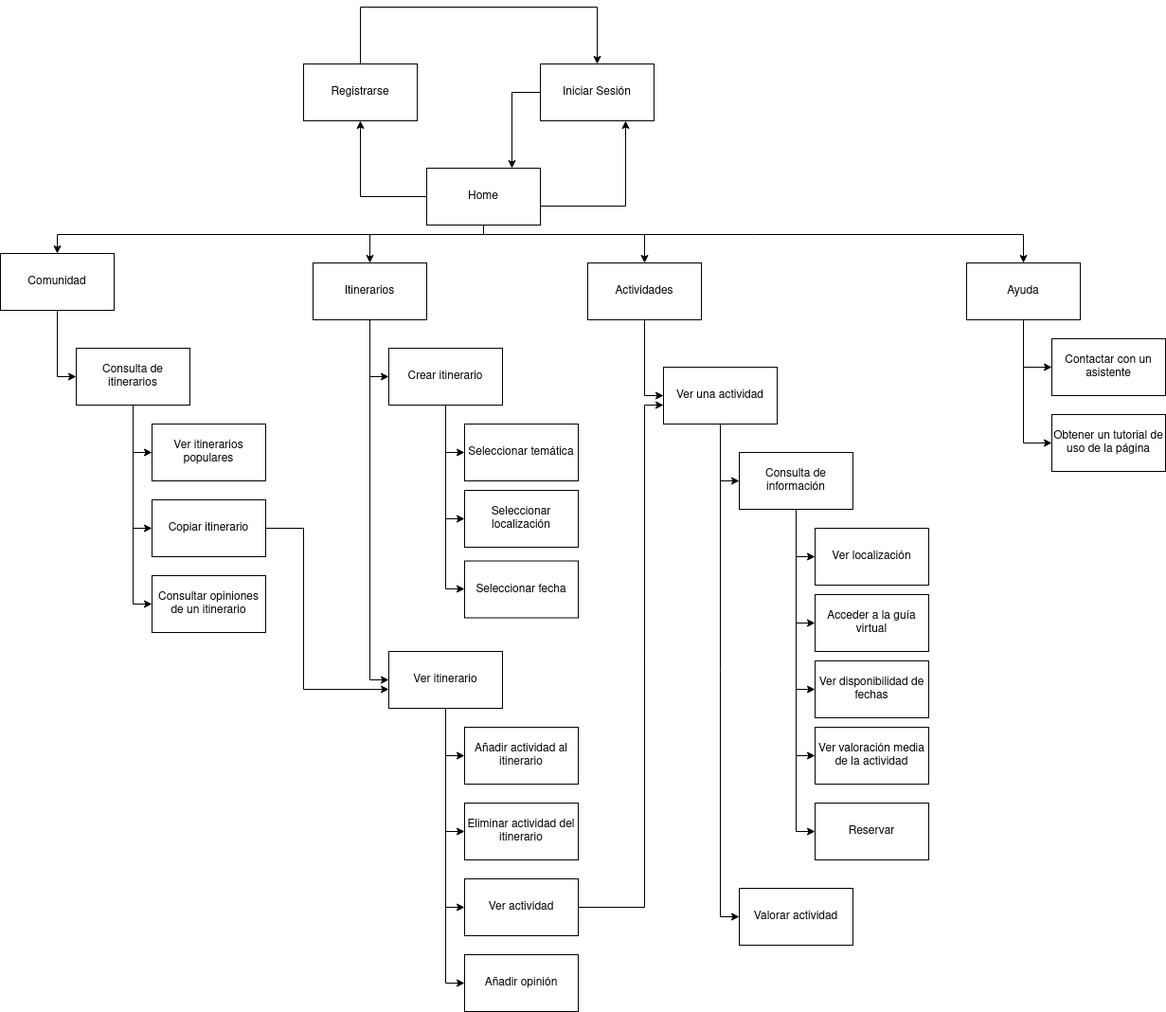
Above: P2/recursos/sitemap.png in corderop/DIU21 (draw.io), before the change. Source tidied: cells renumbered, new cells last; positions are measured from the earlier drawing's top-left corner, leaving out a move shared by most shapes. Source of this version:
```xml
<mxGraphModel>
  <root>
    <mxCell id="0" />
    <mxCell id="1" parent="0" />
    <mxCell id="2" style="edgeStyle=orthogonalEdgeStyle;rounded=0;jettySize=auto;html=1;" parent="1" edge="1" source="3" target="56">
      <mxGeometry relative="1" as="geometry">
        <Array as="points">
          <mxPoint x="540" y="90" />
        </Array>
      </mxGeometry>
    </mxCell>
    <mxCell id="3" value="Iniciar Sesión" style="rounded=0;whiteSpace=wrap;html=1;" parent="1" vertex="1">
      <mxGeometry x="570" y="60" width="120" height="60" as="geometry" />
    </mxCell>
    <mxCell id="4" style="edgeStyle=orthogonalEdgeStyle;rounded=0;jettySize=auto;html=1;" parent="1" edge="1" source="5" target="47">
      <mxGeometry relative="1" as="geometry">
        <Array as="points">
          <mxPoint x="60" y="390" />
        </Array>
      </mxGeometry>
    </mxCell>
    <mxCell id="5" value="Comunidad" style="rounded=0;whiteSpace=wrap;html=1;" parent="1" vertex="1">
      <mxGeometry y="260" width="120" height="60" as="geometry" />
    </mxCell>
    <mxCell id="6" style="edgeStyle=orthogonalEdgeStyle;rounded=0;jettySize=auto;html=1;entryX=0;entryY=0.5;entryDx=0;entryDy=0;" parent="1" edge="1" source="8" target="30">
      <mxGeometry relative="1" as="geometry" />
    </mxCell>
    <mxCell id="7" style="edgeStyle=orthogonalEdgeStyle;rounded=0;jettySize=auto;html=1;" parent="1" edge="1" source="8" target="40">
      <mxGeometry relative="1" as="geometry">
        <Array as="points">
          <mxPoint x="390" y="710" />
        </Array>
      </mxGeometry>
    </mxCell>
    <mxCell id="8" value="Itinerarios" style="rounded=0;whiteSpace=wrap;html=1;" parent="1" vertex="1">
      <mxGeometry x="330" y="270" width="120" height="60" as="geometry" />
    </mxCell>
    <mxCell id="9" style="edgeStyle=orthogonalEdgeStyle;rounded=0;jettySize=auto;html=1;" parent="1" edge="1" source="10" target="17">
      <mxGeometry relative="1" as="geometry">
        <Array as="points">
          <mxPoint x="680" y="410" />
        </Array>
      </mxGeometry>
    </mxCell>
    <mxCell id="10" value="Actividades" style="rounded=0;whiteSpace=wrap;html=1;" parent="1" vertex="1">
      <mxGeometry x="620" y="270" width="120" height="60" as="geometry" />
    </mxCell>
    <mxCell id="11" style="edgeStyle=orthogonalEdgeStyle;rounded=0;jettySize=auto;html=1;" parent="1" edge="1" source="12" target="3">
      <mxGeometry relative="1" as="geometry">
        <Array as="points">
          <mxPoint x="380" />
          <mxPoint x="630" />
        </Array>
      </mxGeometry>
    </mxCell>
    <mxCell id="12" value="Registrarse" style="rounded=0;whiteSpace=wrap;html=1;" parent="1" vertex="1">
      <mxGeometry x="320" y="60" width="120" height="60" as="geometry" />
    </mxCell>
    <mxCell id="13" style="edgeStyle=orthogonalEdgeStyle;rounded=0;jettySize=auto;html=1;entryX=0;entryY=0.5;entryDx=0;entryDy=0;" parent="1" edge="1" source="15" target="63">
      <mxGeometry relative="1" as="geometry" />
    </mxCell>
    <mxCell id="14" style="edgeStyle=orthogonalEdgeStyle;rounded=0;jettySize=auto;html=1;entryX=0;entryY=0.5;entryDx=0;entryDy=0;" parent="1" edge="1" source="15" target="64">
      <mxGeometry relative="1" as="geometry" />
    </mxCell>
    <mxCell id="15" value="&lt;div&gt;Ayuda&lt;/div&gt;" style="rounded=0;whiteSpace=wrap;html=1;" parent="1" vertex="1">
      <mxGeometry x="1020" y="270" width="120" height="60" as="geometry" />
    </mxCell>
    <mxCell id="16" style="edgeStyle=orthogonalEdgeStyle;rounded=0;jettySize=auto;html=1;entryX=0;entryY=0.5;entryDx=0;entryDy=0;" parent="1" edge="1" source="17" target="22">
      <mxGeometry relative="1" as="geometry" />
    </mxCell>
    <mxCell id="17" value="&lt;div&gt;Ver una actividad&lt;/div&gt;" style="rounded=0;whiteSpace=wrap;html=1;" parent="1" vertex="1">
      <mxGeometry x="700" y="380" width="120" height="60" as="geometry" />
    </mxCell>
    <mxCell id="18" style="edgeStyle=orthogonalEdgeStyle;rounded=0;jettySize=auto;html=1;entryX=0;entryY=0.5;entryDx=0;entryDy=0;" parent="1" edge="1" source="22" target="24">
      <mxGeometry relative="1" as="geometry">
        <Array as="points">
          <mxPoint x="840" y="580" />
        </Array>
      </mxGeometry>
    </mxCell>
    <mxCell id="19" style="edgeStyle=orthogonalEdgeStyle;rounded=0;jettySize=auto;html=1;entryX=0;entryY=0.5;entryDx=0;entryDy=0;" parent="1" edge="1" source="22" target="23">
      <mxGeometry relative="1" as="geometry" />
    </mxCell>
    <mxCell id="20" style="edgeStyle=orthogonalEdgeStyle;rounded=0;jettySize=auto;html=1;entryX=0;entryY=0.5;entryDx=0;entryDy=0;" parent="1" edge="1" source="22" target="25">
      <mxGeometry relative="1" as="geometry" />
    </mxCell>
    <mxCell id="21" style="edgeStyle=orthogonalEdgeStyle;rounded=0;jettySize=auto;html=1;entryX=0;entryY=0.5;entryDx=0;entryDy=0;" parent="1" edge="1" source="22" target="26">
      <mxGeometry relative="1" as="geometry" />
    </mxCell>
    <mxCell id="22" value="Consulta de información" style="rounded=0;whiteSpace=wrap;html=1;" parent="1" vertex="1">
      <mxGeometry x="780" y="470" width="120" height="60" as="geometry" />
    </mxCell>
    <mxCell id="23" value="Acceder a la guía virtual" style="rounded=0;whiteSpace=wrap;html=1;" parent="1" vertex="1">
      <mxGeometry x="860" y="620" width="120" height="60" as="geometry" />
    </mxCell>
    <mxCell id="24" value="Ver localización" style="rounded=0;whiteSpace=wrap;html=1;" parent="1" vertex="1">
      <mxGeometry x="860" y="550" width="120" height="60" as="geometry" />
    </mxCell>
    <mxCell id="25" value="Ver disponibilidad de fechas" style="rounded=0;whiteSpace=wrap;html=1;" parent="1" vertex="1">
      <mxGeometry x="860" y="690" width="120" height="60" as="geometry" />
    </mxCell>
    <mxCell id="26" value="Ver valoración media de la actividad" style="rounded=0;whiteSpace=wrap;html=1;" parent="1" vertex="1">
      <mxGeometry x="860" y="760" width="120" height="60" as="geometry" />
    </mxCell>
    <mxCell id="27" style="edgeStyle=orthogonalEdgeStyle;rounded=0;jettySize=auto;html=1;" parent="1" edge="1" source="30" target="31">
      <mxGeometry relative="1" as="geometry">
        <Array as="points">
          <mxPoint x="470" y="470" />
        </Array>
      </mxGeometry>
    </mxCell>
    <mxCell id="28" style="edgeStyle=orthogonalEdgeStyle;rounded=0;jettySize=auto;html=1;" parent="1" edge="1" source="30" target="32">
      <mxGeometry relative="1" as="geometry">
        <Array as="points">
          <mxPoint x="470" y="540" />
        </Array>
      </mxGeometry>
    </mxCell>
    <mxCell id="29" style="edgeStyle=orthogonalEdgeStyle;rounded=0;jettySize=auto;html=1;" parent="1" edge="1" source="30" target="33">
      <mxGeometry relative="1" as="geometry">
        <Array as="points">
          <mxPoint x="470" y="614" />
        </Array>
      </mxGeometry>
    </mxCell>
    <mxCell id="30" value="Crear itinerario" style="rounded=0;whiteSpace=wrap;html=1;" parent="1" vertex="1">
      <mxGeometry x="410" y="360" width="120" height="60" as="geometry" />
    </mxCell>
    <mxCell id="31" value="Seleccionar temática" style="rounded=0;whiteSpace=wrap;html=1;" parent="1" vertex="1">
      <mxGeometry x="490" y="440" width="120" height="60" as="geometry" />
    </mxCell>
    <mxCell id="32" value="Seleccionar localización" style="rounded=0;whiteSpace=wrap;html=1;" parent="1" vertex="1">
      <mxGeometry x="490" y="510" width="120" height="60" as="geometry" />
    </mxCell>
    <mxCell id="33" value="Seleccionar fecha" style="rounded=0;whiteSpace=wrap;html=1;" parent="1" vertex="1">
      <mxGeometry x="490" y="584.5" width="120" height="60" as="geometry" />
    </mxCell>
    <mxCell id="34" value="Añadir actividad al itinerario" style="rounded=0;whiteSpace=wrap;html=1;" parent="1" vertex="1">
      <mxGeometry x="490" y="760" width="120" height="60" as="geometry" />
    </mxCell>
    <mxCell id="35" value="Eliminar actividad del itinerario" style="rounded=0;whiteSpace=wrap;html=1;" parent="1" vertex="1">
      <mxGeometry x="490" y="840" width="120" height="60" as="geometry" />
    </mxCell>
    <mxCell id="36" style="edgeStyle=orthogonalEdgeStyle;rounded=0;jettySize=auto;html=1;entryX=0;entryY=0.5;entryDx=0;entryDy=0;" parent="1" edge="1" source="40" target="34">
      <mxGeometry relative="1" as="geometry" />
    </mxCell>
    <mxCell id="37" style="edgeStyle=orthogonalEdgeStyle;rounded=0;jettySize=auto;html=1;entryX=0;entryY=0.5;entryDx=0;entryDy=0;" parent="1" edge="1" source="40" target="35">
      <mxGeometry relative="1" as="geometry" />
    </mxCell>
    <mxCell id="38" style="edgeStyle=orthogonalEdgeStyle;rounded=0;jettySize=auto;html=1;" parent="1" edge="1" source="40" target="58">
      <mxGeometry relative="1" as="geometry">
        <Array as="points">
          <mxPoint x="470" y="950" />
        </Array>
      </mxGeometry>
    </mxCell>
    <mxCell id="39" style="edgeStyle=orthogonalEdgeStyle;rounded=0;jettySize=auto;html=1;" parent="1" edge="1" source="40" target="62">
      <mxGeometry relative="1" as="geometry">
        <Array as="points">
          <mxPoint x="470" y="1030" />
        </Array>
      </mxGeometry>
    </mxCell>
    <mxCell id="40" value="Ver itinerario" style="rounded=0;whiteSpace=wrap;html=1;" parent="1" vertex="1">
      <mxGeometry x="410" y="680" width="120" height="60" as="geometry" />
    </mxCell>
    <mxCell id="41" value="&lt;div&gt;Ver itinerarios populares&lt;/div&gt;" style="rounded=0;whiteSpace=wrap;html=1;" parent="1" vertex="1">
      <mxGeometry x="160" y="440" width="120" height="60" as="geometry" />
    </mxCell>
    <mxCell id="42" style="edgeStyle=orthogonalEdgeStyle;rounded=0;jettySize=auto;html=1;" parent="1" edge="1" source="43" target="40">
      <mxGeometry relative="1" as="geometry">
        <Array as="points">
          <mxPoint x="320" y="550" />
          <mxPoint x="320" y="720" />
        </Array>
      </mxGeometry>
    </mxCell>
    <mxCell id="43" value="Copiar itinerario" style="rounded=0;whiteSpace=wrap;html=1;" parent="1" vertex="1">
      <mxGeometry x="160" y="520" width="120" height="60" as="geometry" />
    </mxCell>
    <mxCell id="44" style="edgeStyle=orthogonalEdgeStyle;rounded=0;jettySize=auto;html=1;" parent="1" edge="1" source="47" target="41">
      <mxGeometry relative="1" as="geometry">
        <Array as="points">
          <mxPoint x="140" y="470" />
        </Array>
      </mxGeometry>
    </mxCell>
    <mxCell id="45" style="edgeStyle=orthogonalEdgeStyle;rounded=0;jettySize=auto;html=1;" parent="1" edge="1" source="47" target="43">
      <mxGeometry relative="1" as="geometry">
        <Array as="points">
          <mxPoint x="140" y="550" />
        </Array>
      </mxGeometry>
    </mxCell>
    <mxCell id="46" style="edgeStyle=orthogonalEdgeStyle;rounded=0;jettySize=auto;html=1;" parent="1" edge="1" source="47" target="48">
      <mxGeometry relative="1" as="geometry">
        <Array as="points">
          <mxPoint x="140" y="630" />
        </Array>
      </mxGeometry>
    </mxCell>
    <mxCell id="47" value="Consulta de itinerarios" style="rounded=0;whiteSpace=wrap;html=1;" parent="1" vertex="1">
      <mxGeometry x="80" y="360" width="120" height="60" as="geometry" />
    </mxCell>
    <mxCell id="48" value="Consultar opiniones de un itinerario" style="rounded=0;whiteSpace=wrap;html=1;" parent="1" vertex="1">
      <mxGeometry x="160" y="600" width="120" height="60" as="geometry" />
    </mxCell>
    <mxCell id="49" value="Valorar actividad" style="rounded=0;whiteSpace=wrap;html=1;" parent="1" vertex="1">
      <mxGeometry x="780" y="930" width="120" height="60" as="geometry" />
    </mxCell>
    <mxCell id="50" style="edgeStyle=orthogonalEdgeStyle;rounded=0;jettySize=auto;html=1;entryX=0.75;entryY=1;entryDx=0;entryDy=0;" parent="1" edge="1" source="56" target="3">
      <mxGeometry relative="1" as="geometry">
        <Array as="points">
          <mxPoint x="660" y="210" />
        </Array>
      </mxGeometry>
    </mxCell>
    <mxCell id="51" style="edgeStyle=orthogonalEdgeStyle;rounded=0;jettySize=auto;html=1;" parent="1" edge="1" source="56" target="12">
      <mxGeometry relative="1" as="geometry" />
    </mxCell>
    <mxCell id="52" style="edgeStyle=orthogonalEdgeStyle;rounded=0;jettySize=auto;html=1;" parent="1" edge="1" source="56" target="5">
      <mxGeometry relative="1" as="geometry">
        <Array as="points">
          <mxPoint x="510" y="240" />
          <mxPoint x="60" y="240" />
        </Array>
      </mxGeometry>
    </mxCell>
    <mxCell id="53" style="edgeStyle=orthogonalEdgeStyle;rounded=0;jettySize=auto;html=1;" parent="1" edge="1" source="56" target="8">
      <mxGeometry relative="1" as="geometry">
        <Array as="points">
          <mxPoint x="510" y="240" />
          <mxPoint x="390" y="240" />
        </Array>
      </mxGeometry>
    </mxCell>
    <mxCell id="54" style="edgeStyle=orthogonalEdgeStyle;rounded=0;jettySize=auto;html=1;" parent="1" edge="1" source="56" target="10">
      <mxGeometry relative="1" as="geometry">
        <Array as="points">
          <mxPoint x="510" y="240" />
          <mxPoint x="680" y="240" />
        </Array>
      </mxGeometry>
    </mxCell>
    <mxCell id="55" style="edgeStyle=orthogonalEdgeStyle;rounded=0;jettySize=auto;html=1;" parent="1" edge="1" source="56" target="15">
      <mxGeometry relative="1" as="geometry">
        <Array as="points">
          <mxPoint x="510" y="240" />
          <mxPoint x="1080" y="240" />
        </Array>
      </mxGeometry>
    </mxCell>
    <mxCell id="56" value="Home" style="rounded=0;whiteSpace=wrap;html=1;" parent="1" vertex="1">
      <mxGeometry x="450" y="170" width="120" height="60" as="geometry" />
    </mxCell>
    <mxCell id="57" style="edgeStyle=orthogonalEdgeStyle;rounded=0;jettySize=auto;html=1;" parent="1" edge="1" source="58" target="17">
      <mxGeometry relative="1" as="geometry">
        <Array as="points">
          <mxPoint x="680" y="950" />
          <mxPoint x="680" y="420" />
        </Array>
      </mxGeometry>
    </mxCell>
    <mxCell id="58" value="Ver actividad" style="rounded=0;whiteSpace=wrap;html=1;" parent="1" vertex="1">
      <mxGeometry x="490" y="920" width="120" height="60" as="geometry" />
    </mxCell>
    <mxCell id="59" style="edgeStyle=orthogonalEdgeStyle;rounded=0;jettySize=auto;html=1;" parent="1" edge="1" source="17" target="49">
      <mxGeometry relative="1" as="geometry">
        <Array as="points">
          <mxPoint x="760" y="960" />
        </Array>
      </mxGeometry>
    </mxCell>
    <mxCell id="60" value="Reservar" style="rounded=0;whiteSpace=wrap;html=1;" parent="1" vertex="1">
      <mxGeometry x="860" y="840" width="120" height="60" as="geometry" />
    </mxCell>
    <mxCell id="61" style="edgeStyle=orthogonalEdgeStyle;rounded=0;jettySize=auto;html=1;" parent="1" edge="1" source="22" target="60">
      <mxGeometry relative="1" as="geometry">
        <Array as="points">
          <mxPoint x="840" y="870" />
        </Array>
      </mxGeometry>
    </mxCell>
    <mxCell id="62" value="Añadir opinión" style="rounded=0;whiteSpace=wrap;html=1;" parent="1" vertex="1">
      <mxGeometry x="490" y="1000" width="120" height="60" as="geometry" />
    </mxCell>
    <mxCell id="63" value="Contactar con un asistente" style="rounded=0;whiteSpace=wrap;html=1;" parent="1" vertex="1">
      <mxGeometry x="1110" y="350" width="120" height="60" as="geometry" />
    </mxCell>
    <mxCell id="64" value="Obtener un tutorial de uso de la página" style="rounded=0;whiteSpace=wrap;html=1;" parent="1" vertex="1">
      <mxGeometry x="1110" y="430" width="120" height="60" as="geometry" />
    </mxCell>
  </root>
</mxGraphModel>
```
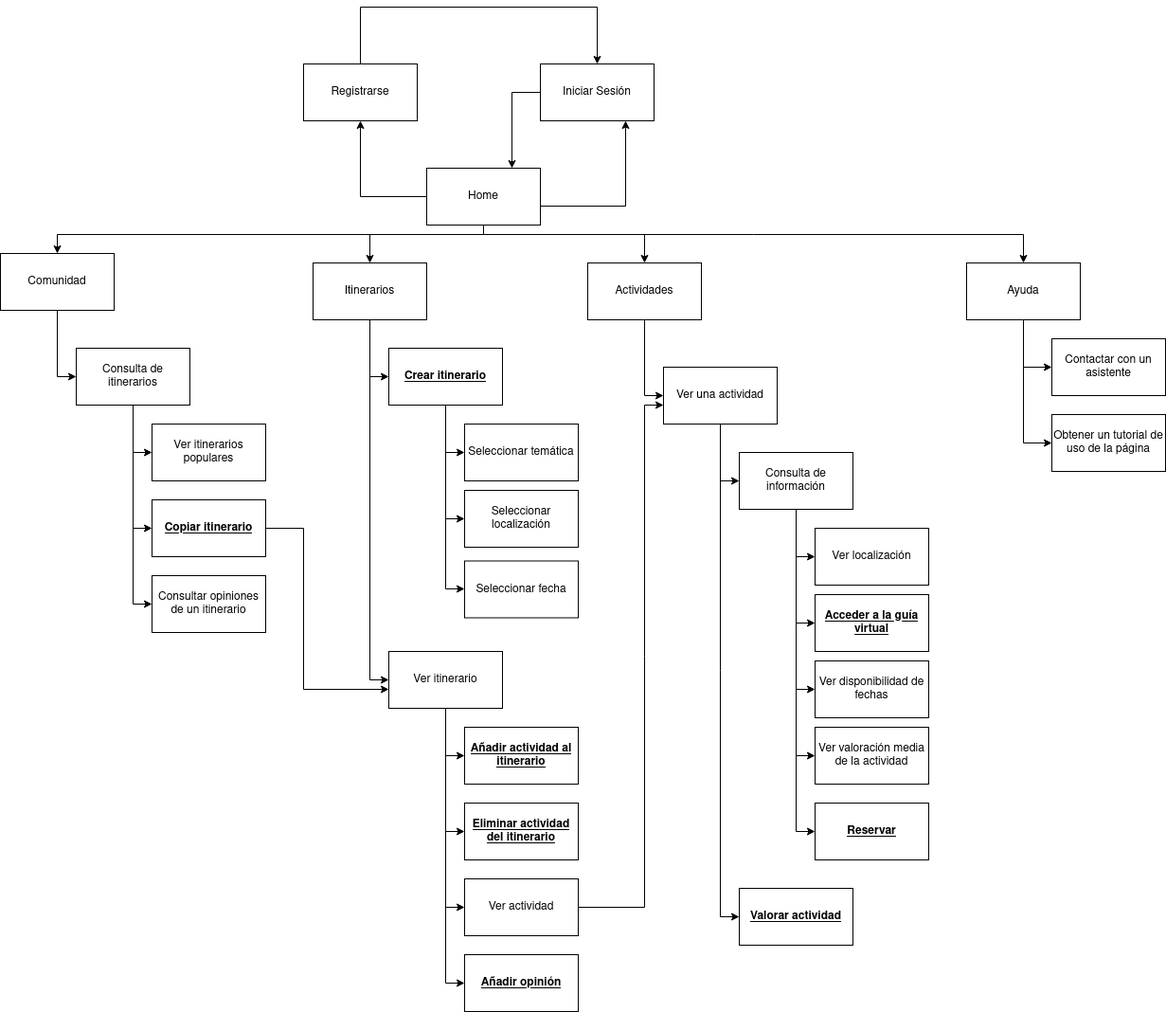
After the commit.

Diff of the diagram source:
```diff
@@ -90,7 +90,7 @@
     <mxCell id="22" value="Consulta de información" style="rounded=0;whiteSpace=wrap;html=1;" parent="1" vertex="1">
       <mxGeometry x="780" y="470" width="120" height="60" as="geometry" />
     </mxCell>
-    <mxCell id="23" value="Acceder a la guía virtual" style="rounded=0;whiteSpace=wrap;html=1;" parent="1" vertex="1">
+    <mxCell id="23" value="&lt;u&gt;&lt;b&gt;Acceder a la guía virtual&lt;/b&gt;&lt;/u&gt;" style="rounded=0;whiteSpace=wrap;html=1;" parent="1" vertex="1">
       <mxGeometry x="860" y="620" width="120" height="60" as="geometry" />
     </mxCell>
     <mxCell id="24" value="Ver localización" style="rounded=0;whiteSpace=wrap;html=1;" parent="1" vertex="1">
@@ -123,7 +123,7 @@
         </Array>
       </mxGeometry>
     </mxCell>
-    <mxCell id="30" value="Crear itinerario" style="rounded=0;whiteSpace=wrap;html=1;" parent="1" vertex="1">
+    <mxCell id="30" value="&lt;u&gt;&lt;b&gt;Crear itinerario&lt;/b&gt;&lt;/u&gt;" style="rounded=0;whiteSpace=wrap;html=1;" parent="1" vertex="1">
       <mxGeometry x="410" y="360" width="120" height="60" as="geometry" />
     </mxCell>
     <mxCell id="31" value="Seleccionar temática" style="rounded=0;whiteSpace=wrap;html=1;" parent="1" vertex="1">
@@ -135,10 +135,10 @@
     <mxCell id="33" value="Seleccionar fecha" style="rounded=0;whiteSpace=wrap;html=1;" parent="1" vertex="1">
       <mxGeometry x="490" y="584.5" width="120" height="60" as="geometry" />
     </mxCell>
-    <mxCell id="34" value="Añadir actividad al itinerario" style="rounded=0;whiteSpace=wrap;html=1;" parent="1" vertex="1">
+    <mxCell id="34" value="&lt;u&gt;&lt;b&gt;Añadir actividad al itinerario&lt;/b&gt;&lt;/u&gt;" style="rounded=0;whiteSpace=wrap;html=1;" parent="1" vertex="1">
       <mxGeometry x="490" y="760" width="120" height="60" as="geometry" />
     </mxCell>
-    <mxCell id="35" value="Eliminar actividad del itinerario" style="rounded=0;whiteSpace=wrap;html=1;" parent="1" vertex="1">
+    <mxCell id="35" value="&lt;u&gt;&lt;b&gt;Eliminar actividad del itinerario&lt;/b&gt;&lt;/u&gt;" style="rounded=0;whiteSpace=wrap;html=1;" parent="1" vertex="1">
       <mxGeometry x="490" y="840" width="120" height="60" as="geometry" />
     </mxCell>
     <mxCell id="36" style="edgeStyle=orthogonalEdgeStyle;rounded=0;jettySize=auto;html=1;entryX=0;entryY=0.5;entryDx=0;entryDy=0;" parent="1" edge="1" source="40" target="34">
@@ -175,7 +175,7 @@
         </Array>
       </mxGeometry>
     </mxCell>
-    <mxCell id="43" value="Copiar itinerario" style="rounded=0;whiteSpace=wrap;html=1;" parent="1" vertex="1">
+    <mxCell id="43" value="&lt;u&gt;&lt;b&gt;Copiar itinerario&lt;/b&gt;&lt;/u&gt;" style="rounded=0;whiteSpace=wrap;html=1;" parent="1" vertex="1">
       <mxGeometry x="160" y="520" width="120" height="60" as="geometry" />
     </mxCell>
     <mxCell id="44" style="edgeStyle=orthogonalEdgeStyle;rounded=0;jettySize=auto;html=1;" parent="1" edge="1" source="47" target="41">
@@ -205,7 +205,7 @@
     <mxCell id="48" value="Consultar opiniones de un itinerario" style="rounded=0;whiteSpace=wrap;html=1;" parent="1" vertex="1">
       <mxGeometry x="160" y="600" width="120" height="60" as="geometry" />
     </mxCell>
-    <mxCell id="49" value="Valorar actividad" style="rounded=0;whiteSpace=wrap;html=1;" parent="1" vertex="1">
+    <mxCell id="49" value="&lt;u&gt;&lt;b&gt;Valorar actividad&lt;/b&gt;&lt;/u&gt;" style="rounded=0;whiteSpace=wrap;html=1;" parent="1" vertex="1">
       <mxGeometry x="780" y="930" width="120" height="60" as="geometry" />
     </mxCell>
     <mxCell id="50" style="edgeStyle=orthogonalEdgeStyle;rounded=0;jettySize=auto;html=1;entryX=0.75;entryY=1;entryDx=0;entryDy=0;" parent="1" edge="1" source="56" target="3">
@@ -271,7 +271,7 @@
         </Array>
       </mxGeometry>
     </mxCell>
-    <mxCell id="60" value="Reservar" style="rounded=0;whiteSpace=wrap;html=1;" parent="1" vertex="1">
+    <mxCell id="60" value="&lt;u&gt;&lt;b&gt;Reservar&lt;/b&gt;&lt;/u&gt;" style="rounded=0;whiteSpace=wrap;html=1;" parent="1" vertex="1">
       <mxGeometry x="860" y="840" width="120" height="60" as="geometry" />
     </mxCell>
     <mxCell id="61" style="edgeStyle=orthogonalEdgeStyle;rounded=0;jettySize=auto;html=1;" parent="1" edge="1" source="22" target="60">
@@ -281,7 +281,7 @@
         </Array>
       </mxGeometry>
     </mxCell>
-    <mxCell id="62" value="Añadir opinión" style="rounded=0;whiteSpace=wrap;html=1;" parent="1" vertex="1">
+    <mxCell id="62" value="&lt;u&gt;&lt;b&gt;Añadir opinión&lt;/b&gt;&lt;/u&gt;" style="rounded=0;whiteSpace=wrap;html=1;" parent="1" vertex="1">
       <mxGeometry x="490" y="1000" width="120" height="60" as="geometry" />
     </mxCell>
     <mxCell id="63" value="Contactar con un asistente" style="rounded=0;whiteSpace=wrap;html=1;" parent="1" vertex="1">
```
